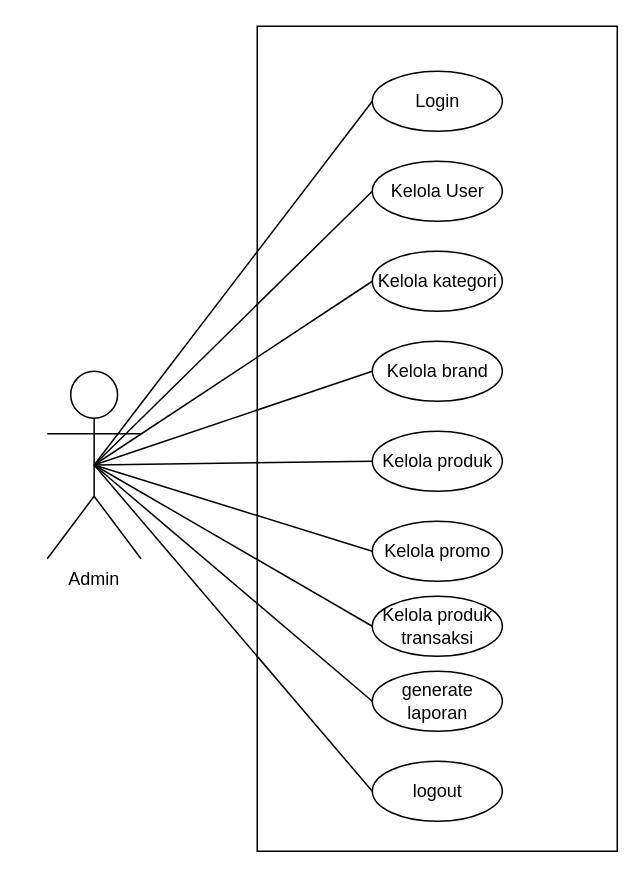
Above: UML/useCase.drawio in Mahklvk/competency-test (draw.io), before the change. Source tidied: cells renumbered, new cells numbered last; positions are measured from the earlier drawing's top-left corner, leaving out a move shared by most shapes. Both pictures are drawn from the tidied source at 150%, with x=0, y=0 at pixel (46, 26).
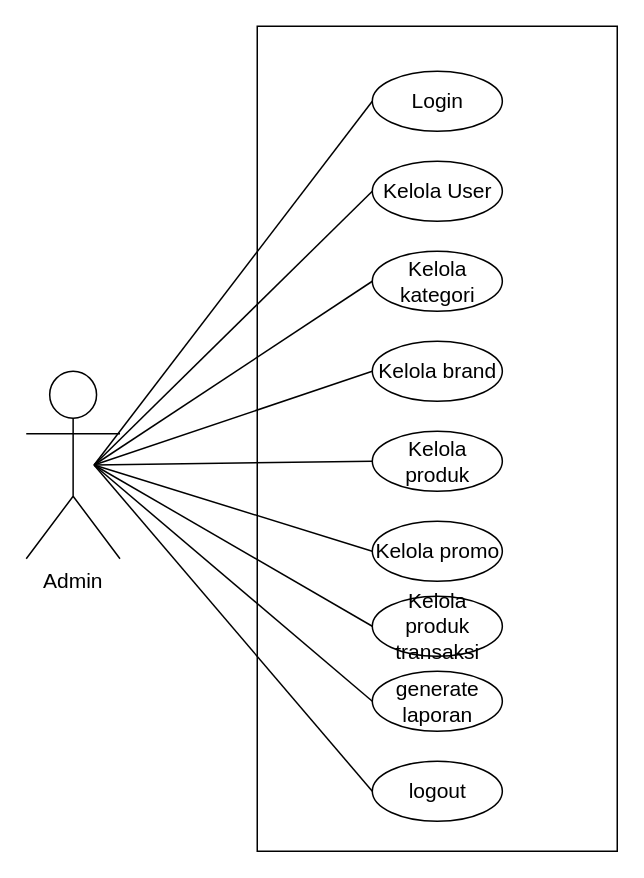
After the change.

Change to the diagram source:
```diff
@@
-    <mxCell id="2" style="rounded=0;whiteSpace=wrap;html=1;fillColor=none;" parent="1" vertex="1">
+    <mxCell id="2" style="rounded=0;whiteSpace=wrap;html=1;fontSize=14;" parent="1" vertex="1">
       <mxGeometry x="140" width="240" height="550" as="geometry" />
     </mxCell>
-    <mxCell id="3" style="rounded=0;jettySize=auto;html=1;exitX=0.5;exitY=0.5;exitDx=0;exitDy=0;exitPerimeter=0;entryX=0;entryY=0.5;entryDx=0;entryDy=0;shape=wire;dashed=1;endArrow=none;endFill=0;" parent="1" edge="1" source="12" target="13">
-      <mxGeometry relative="1" as="geometry" />
+    <mxCell id="3" style="rounded=0;jettySize=auto;html=1;exitX=0.5;exitY=0.5;exitDx=0;exitDy=0;exitPerimeter=0;entryX=0;entryY=0.5;entryDx=0;entryDy=0;shape=wire;dashed=1;endArrow=none;endFill=0;fontSize=14;" parent="1" edge="1" target="13">
+      <mxGeometry relative="1" as="geometry">
+        <mxPoint x="31.2" y="292.5" as="sourcePoint" />
+      </mxGeometry>
     </mxCell>
-    <mxCell id="4" style="rounded=0;jettySize=auto;html=1;exitX=0.5;exitY=0.5;exitDx=0;exitDy=0;exitPerimeter=0;entryX=0;entryY=0.5;entryDx=0;entryDy=0;endArrow=none;endFill=0;" parent="1" edge="1" source="12" target="14">
-      <mxGeometry relative="1" as="geometry" />
+    <mxCell id="4" style="rounded=0;jettySize=auto;html=1;exitX=0.5;exitY=0.5;exitDx=0;exitDy=0;exitPerimeter=0;entryX=0;entryY=0.5;entryDx=0;entryDy=0;endArrow=none;endFill=0;fontSize=14;" parent="1" edge="1" target="14">
+      <mxGeometry relative="1" as="geometry">
+        <mxPoint x="31.2" y="292.5" as="sourcePoint" />
+      </mxGeometry>
     </mxCell>
-    <mxCell id="5" style="rounded=0;jettySize=auto;html=1;exitX=0.5;exitY=0.5;exitDx=0;exitDy=0;exitPerimeter=0;entryX=0;entryY=0.5;entryDx=0;entryDy=0;endArrow=none;endFill=0;" parent="1" edge="1" source="12" target="15">
-      <mxGeometry relative="1" as="geometry" />
+    <mxCell id="5" style="rounded=0;jettySize=auto;html=1;exitX=0.5;exitY=0.5;exitDx=0;exitDy=0;exitPerimeter=0;entryX=0;entryY=0.5;entryDx=0;entryDy=0;endArrow=none;endFill=0;fontSize=14;" parent="1" edge="1" target="15">
+      <mxGeometry relative="1" as="geometry">
+        <mxPoint x="31.2" y="292.5" as="sourcePoint" />
+      </mxGeometry>
     </mxCell>
-    <mxCell id="6" style="rounded=0;jettySize=auto;html=1;exitX=0.5;exitY=0.5;exitDx=0;exitDy=0;exitPerimeter=0;entryX=0;entryY=0.5;entryDx=0;entryDy=0;endArrow=none;endFill=0;" parent="1" edge="1" source="12" target="16">
-      <mxGeometry relative="1" as="geometry" />
+    <mxCell id="6" style="rounded=0;jettySize=auto;html=1;exitX=0.5;exitY=0.5;exitDx=0;exitDy=0;exitPerimeter=0;entryX=0;entryY=0.5;entryDx=0;entryDy=0;endArrow=none;endFill=0;fontSize=14;" parent="1" edge="1" target="16">
+      <mxGeometry relative="1" as="geometry">
+        <mxPoint x="31.2" y="292.5" as="sourcePoint" />
+      </mxGeometry>
     </mxCell>
-    <mxCell id="7" style="rounded=0;jettySize=auto;html=1;exitX=0.5;exitY=0.5;exitDx=0;exitDy=0;exitPerimeter=0;entryX=0;entryY=0.5;entryDx=0;entryDy=0;endArrow=none;endFill=0;" parent="1" edge="1" source="12" target="17">
-      <mxGeometry relative="1" as="geometry" />
+    <mxCell id="7" style="rounded=0;jettySize=auto;html=1;exitX=0.5;exitY=0.5;exitDx=0;exitDy=0;exitPerimeter=0;entryX=0;entryY=0.5;entryDx=0;entryDy=0;endArrow=none;endFill=0;fontSize=14;" parent="1" edge="1" target="17">
+      <mxGeometry relative="1" as="geometry">
+        <mxPoint x="31.2" y="292.5" as="sourcePoint" />
+      </mxGeometry>
     </mxCell>
-    <mxCell id="8" style="rounded=0;jettySize=auto;html=1;exitX=0.5;exitY=0.5;exitDx=0;exitDy=0;exitPerimeter=0;entryX=0;entryY=0.5;entryDx=0;entryDy=0;endArrow=none;endFill=0;" parent="1" edge="1" source="12" target="18">
-      <mxGeometry relative="1" as="geometry" />
+    <mxCell id="8" style="rounded=0;jettySize=auto;html=1;exitX=0.5;exitY=0.5;exitDx=0;exitDy=0;exitPerimeter=0;entryX=0;entryY=0.5;entryDx=0;entryDy=0;endArrow=none;endFill=0;fontSize=14;" parent="1" edge="1" target="18">
+      <mxGeometry relative="1" as="geometry">
+        <mxPoint x="31.2" y="292.5" as="sourcePoint" />
+      </mxGeometry>
     </mxCell>
-    <mxCell id="9" style="rounded=0;jettySize=auto;html=1;exitX=0.5;exitY=0.5;exitDx=0;exitDy=0;exitPerimeter=0;entryX=0;entryY=0.5;entryDx=0;entryDy=0;endArrow=none;endFill=0;" parent="1" edge="1" source="12" target="19">
-      <mxGeometry relative="1" as="geometry" />
+    <mxCell id="9" style="rounded=0;jettySize=auto;html=1;exitX=0.5;exitY=0.5;exitDx=0;exitDy=0;exitPerimeter=0;entryX=0;entryY=0.5;entryDx=0;entryDy=0;endArrow=none;endFill=0;fontSize=14;" parent="1" edge="1" target="19">
+      <mxGeometry relative="1" as="geometry">
+        <mxPoint x="31.2" y="292.5" as="sourcePoint" />
+      </mxGeometry>
     </mxCell>
-    <mxCell id="10" style="rounded=0;jettySize=auto;html=1;exitX=0.5;exitY=0.5;exitDx=0;exitDy=0;exitPerimeter=0;entryX=0;entryY=0.5;entryDx=0;entryDy=0;endArrow=none;endFill=0;" parent="1" edge="1" source="12" target="20">
-      <mxGeometry relative="1" as="geometry" />
+    <mxCell id="10" style="rounded=0;jettySize=auto;html=1;exitX=0.5;exitY=0.5;exitDx=0;exitDy=0;exitPerimeter=0;entryX=0;entryY=0.5;entryDx=0;entryDy=0;endArrow=none;endFill=0;fontSize=14;" parent="1" edge="1" target="20">
+      <mxGeometry relative="1" as="geometry">
+        <mxPoint x="31.2" y="292.5" as="sourcePoint" />
+      </mxGeometry>
     </mxCell>
-    <mxCell id="11" style="rounded=0;jettySize=auto;html=1;exitX=0.5;exitY=0.5;exitDx=0;exitDy=0;exitPerimeter=0;entryX=0;entryY=0.5;entryDx=0;entryDy=0;endArrow=none;endFill=0;" parent="1" edge="1" source="12" target="21">
-      <mxGeometry relative="1" as="geometry" />
+    <mxCell id="11" style="rounded=0;jettySize=auto;html=1;exitX=0.5;exitY=0.5;exitDx=0;exitDy=0;exitPerimeter=0;entryX=0;entryY=0.5;entryDx=0;entryDy=0;endArrow=none;endFill=0;fontSize=14;" parent="1" edge="1" target="21">
+      <mxGeometry relative="1" as="geometry">
+        <mxPoint x="31.2" y="292.5" as="sourcePoint" />
+      </mxGeometry>
     </mxCell>
-    <mxCell id="12" value="Admin" style="shape=umlActor;verticalLabelPosition=bottom;verticalAlign=top;html=1;outlineConnect=0;" parent="1" vertex="1">
-      <mxGeometry y="230" width="62.5" height="125" as="geometry" />
+    <mxCell id="12" value="Admin" style="shape=umlActor;verticalLabelPosition=bottom;verticalAlign=top;html=1;outlineConnect=0;fontSize=14;" parent="1" vertex="1">
+      <mxGeometry x="-14" y="230" width="62.5" height="125" as="geometry" />
     </mxCell>
-    <mxCell id="13" value="Login" style="ellipse;whiteSpace=wrap;html=1;fillColor=none;" parent="1" vertex="1">
+    <mxCell id="13" value="Login" style="ellipse;whiteSpace=wrap;html=1;fontSize=14;" parent="1" vertex="1">
       <mxGeometry x="216.7" y="30" width="86.7" height="40" as="geometry" />
     </mxCell>
-    <mxCell id="14" value="Kelola User" style="ellipse;whiteSpace=wrap;html=1;fillColor=none;" parent="1" vertex="1">
+    <mxCell id="14" value="Kelola User" style="ellipse;whiteSpace=wrap;html=1;fontSize=14;" parent="1" vertex="1">
       <mxGeometry x="216.7" y="90" width="86.7" height="40" as="geometry" />
     </mxCell>
-    <mxCell id="15" value="Kelola kategori" style="ellipse;whiteSpace=wrap;html=1;fillColor=none;" parent="1" vertex="1">
+    <mxCell id="15" value="Kelola kategori" style="ellipse;whiteSpace=wrap;html=1;fontSize=14;" parent="1" vertex="1">
       <mxGeometry x="216.7" y="150" width="86.7" height="40" as="geometry" />
     </mxCell>
-    <mxCell id="16" value="Kelola brand" style="ellipse;whiteSpace=wrap;html=1;fillColor=none;" parent="1" vertex="1">
+    <mxCell id="16" value="Kelola brand" style="ellipse;whiteSpace=wrap;html=1;fontSize=14;" parent="1" vertex="1">
       <mxGeometry x="216.7" y="210" width="86.7" height="40" as="geometry" />
     </mxCell>
-    <mxCell id="17" value="Kelola produk" style="ellipse;whiteSpace=wrap;html=1;fillColor=none;" parent="1" vertex="1">
+    <mxCell id="17" value="Kelola produk" style="ellipse;whiteSpace=wrap;html=1;fontSize=14;" parent="1" vertex="1">
       <mxGeometry x="216.7" y="270" width="86.7" height="40" as="geometry" />
     </mxCell>
-    <mxCell id="18" value="Kelola promo" style="ellipse;whiteSpace=wrap;html=1;fillColor=none;" parent="1" vertex="1">
+    <mxCell id="18" value="Kelola promo" style="ellipse;whiteSpace=wrap;html=1;fontSize=14;" parent="1" vertex="1">
       <mxGeometry x="216.7" y="330" width="86.7" height="40" as="geometry" />
     </mxCell>
-    <mxCell id="19" value="Kelola produk transaksi" style="ellipse;whiteSpace=wrap;html=1;fillColor=none;" parent="1" vertex="1">
+    <mxCell id="19" value="Kelola produk transaksi" style="ellipse;whiteSpace=wrap;html=1;fontSize=14;" parent="1" vertex="1">
       <mxGeometry x="216.7" y="380" width="86.7" height="40" as="geometry" />
     </mxCell>
-    <mxCell id="20" value="generate laporan" style="ellipse;whiteSpace=wrap;html=1;fillColor=none;" parent="1" vertex="1">
+    <mxCell id="20" value="generate laporan" style="ellipse;whiteSpace=wrap;html=1;fontSize=14;" parent="1" vertex="1">
       <mxGeometry x="216.7" y="430" width="86.7" height="40" as="geometry" />
     </mxCell>
-    <mxCell id="21" value="logout" style="ellipse;whiteSpace=wrap;html=1;fillColor=none;" parent="1" vertex="1">
+    <mxCell id="21" value="logout" style="ellipse;whiteSpace=wrap;html=1;fontSize=14;" parent="1" vertex="1">
       <mxGeometry x="216.7" y="490" width="86.7" height="40" as="geometry" />
     </mxCell>
```
